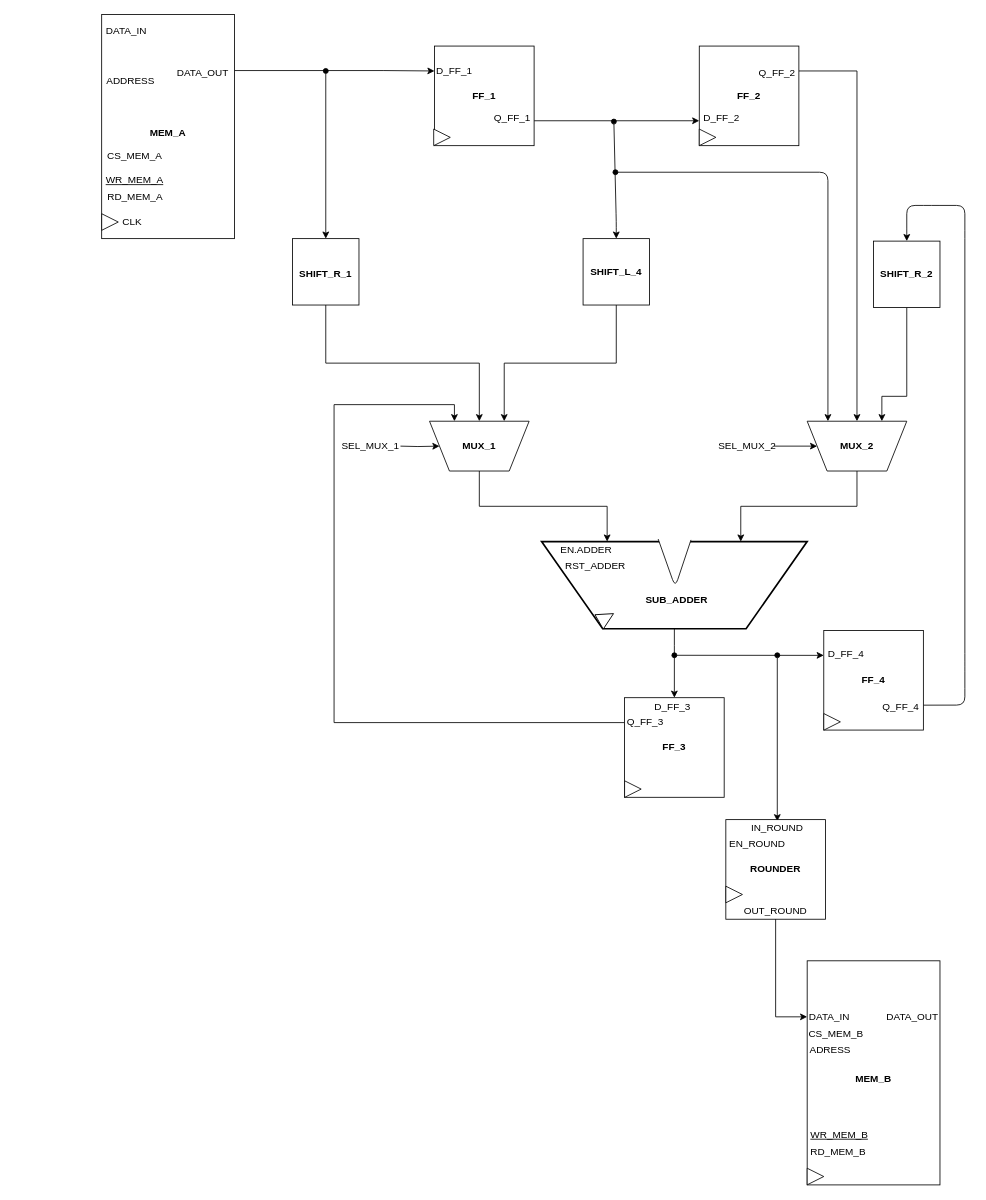
leobel96/Polito-ESD-NeuralNetwork keeps this draw.io diagram as lab6/Datapath.drawio. Above is the earlier version. Source tidied: cells renumbered, new cells numbered last; positions are measured from the earlier drawing's top-left corner, leaving out a move shared by most shapes. Both pictures are drawn from the tidied source at 83%, with x=0, y=0 at pixel (101, 14).
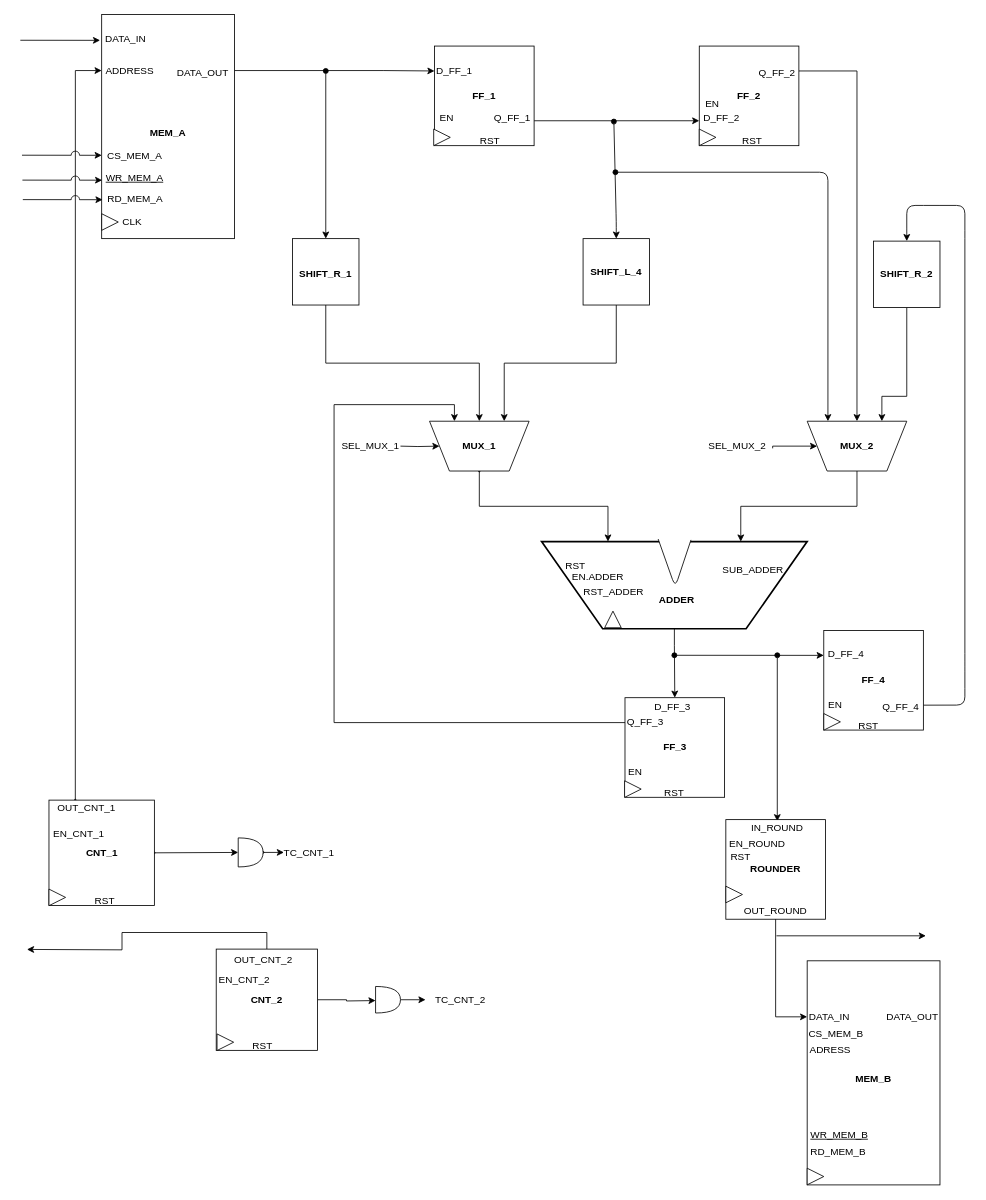
Above is the later version.

The change refers to these unchanged cells:
```xml
<mxCell id="3" style="verticalLabelPosition=bottom;verticalAlign=top;html=1;strokeWidth=2;shape=trapezoid;perimeter=trapezoidPerimeter;whiteSpace=wrap;size=0.23;arcSize=10;flipV=1;" parent="1" vertex="1">
  <mxGeometry x="530" y="635" width="320" height="105" as="geometry" />
</mxCell>
<mxCell id="5" value="&lt;b&gt;&lt;br&gt;MEM_A&lt;/b&gt;" style="rounded=0;whiteSpace=wrap;html=1;" parent="1" vertex="1">
  <mxGeometry width="160" height="270" as="geometry" />
</mxCell>
<mxCell id="33" style="shape=trapezoid;perimeter=trapezoidPerimeter;whiteSpace=wrap;html=1;rotation=180;" parent="1" vertex="1">
  <mxGeometry x="395" y="490" width="120" height="60" as="geometry" />
</mxCell>
<mxCell id="38" style="shape=trapezoid;perimeter=trapezoidPerimeter;whiteSpace=wrap;html=1;rotation=180;" parent="1" vertex="1">
  <mxGeometry x="850" y="490" width="120" height="60" as="geometry" />
</mxCell>
```

What changed in the source:
```diff
@@
     <mxCell id="6" value="DATA_IN" style="text;html=1;strokeColor=none;fillColor=none;align=center;verticalAlign=middle;whiteSpace=wrap;rounded=0;" parent="1" vertex="1">
-      <mxGeometry x="10" y="10" width="40" height="20" as="geometry" />
+      <mxGeometry x="9" y="20" width="40" height="20" as="geometry" />
     </mxCell>
     <mxCell id="7" value="ADDRESS" style="text;html=1;strokeColor=none;fillColor=none;align=center;verticalAlign=middle;whiteSpace=wrap;rounded=0;" parent="1" vertex="1">
-      <mxGeometry x="10" y="70" width="50" height="20" as="geometry" />
+      <mxGeometry x="9" y="58" width="50" height="20" as="geometry" />
     </mxCell>
@@
     <mxCell id="9" value="&lt;u&gt;WR_MEM_A&lt;/u&gt;" style="text;html=1;strokeColor=none;fillColor=none;align=center;verticalAlign=middle;whiteSpace=wrap;rounded=0;" parent="1" vertex="1">
-      <mxGeometry x="10" y="190" width="60" height="20" as="geometry" />
+      <mxGeometry x="10" y="187" width="60" height="20" as="geometry" />
     </mxCell>
     <mxCell id="10" value="RD_MEM_A" style="text;html=1;strokeColor=none;fillColor=none;align=center;verticalAlign=middle;whiteSpace=wrap;rounded=0;" parent="1" vertex="1">
-      <mxGeometry x="2.5" y="210" width="75" height="20" as="geometry" />
+      <mxGeometry x="2.5" y="212" width="75" height="20" as="geometry" />
     </mxCell>
@@
-    <mxCell id="32" style="edgeStyle=orthogonalEdgeStyle;rounded=0;jettySize=auto;html=1;exitX=0.5;exitY=0;exitDx=0;exitDy=0;entryX=0.75;entryY=0;entryDx=0;entryDy=0;" parent="1" edge="1" source="33" target="47">
-      <mxGeometry relative="1" as="geometry" />
-    </mxCell>
+    <mxCell id="77" style="edgeStyle=orthogonalEdgeStyle;rounded=0;jumpStyle=arc;jumpSize=11;jettySize=auto;html=1;exitX=0.5;exitY=0;exitDx=0;exitDy=0;entryX=0.25;entryY=0;entryDx=0;entryDy=0;startArrow=oval;startFill=1;startSize=2;endSize=6;" parent="1" edge="1" source="33" target="3">
+      <mxGeometry relative="1" as="geometry" />
+    </mxCell>
@@
-    <mxCell id="43" style="edgeStyle=orthogonalEdgeStyle;rounded=0;jettySize=auto;html=1;entryX=1;entryY=0.5;entryDx=0;entryDy=0;" parent="1" edge="1" source="44" target="38">
-      <mxGeometry relative="1" as="geometry" />
+    <mxCell id="43" style="edgeStyle=orthogonalEdgeStyle;rounded=0;jettySize=auto;html=1;entryX=1;entryY=0.5;entryDx=0;entryDy=0;exitX=1.163;exitY=0.635;exitDx=0;exitDy=0;exitPerimeter=0;" parent="1" edge="1" source="44" target="38">
+      <mxGeometry relative="1" as="geometry">
+        <Array as="points">
+          <mxPoint x="808" y="520" />
+        </Array>
+      </mxGeometry>
     </mxCell>
     <mxCell id="44" value="SEL_MUX_2" style="text;html=1;strokeColor=none;fillColor=none;align=center;verticalAlign=middle;whiteSpace=wrap;rounded=0;" parent="1" vertex="1">
-      <mxGeometry x="746" y="510" width="64" height="20" as="geometry" />
+      <mxGeometry x="734" y="510" width="64" height="20" as="geometry" />
     </mxCell>
-    <mxCell id="45" value="&lt;b&gt;SUB_ADDER&lt;/b&gt;" style="text;html=1;strokeColor=none;fillColor=none;align=center;verticalAlign=middle;whiteSpace=wrap;rounded=0;" parent="1" vertex="1">
+    <mxCell id="45" value="&lt;b&gt;ADDER&lt;/b&gt;" style="text;html=1;strokeColor=none;fillColor=none;align=center;verticalAlign=middle;whiteSpace=wrap;rounded=0;" parent="1" vertex="1">
       <mxGeometry x="673" y="695" width="40" height="20" as="geometry" />
     </mxCell>
     <mxCell id="46" value="RST_ADDER" style="text;html=1;strokeColor=none;fillColor=none;align=center;verticalAlign=middle;whiteSpace=wrap;rounded=0;" parent="1" vertex="1">
-      <mxGeometry x="575" y="655" width="40" height="20" as="geometry" />
+      <mxGeometry x="597" y="686" width="40" height="20" as="geometry" />
     </mxCell>
     <mxCell id="47" value="EN.ADDER" style="text;html=1;strokeColor=none;fillColor=none;align=center;verticalAlign=middle;whiteSpace=wrap;rounded=0;" parent="1" vertex="1">
-      <mxGeometry x="534" y="635" width="100" height="20" as="geometry" />
+      <mxGeometry x="548" y="668" width="100" height="20" as="geometry" />
     </mxCell>
@@
-    <mxCell id="50" style="triangle;whiteSpace=wrap;html=1;rotation=-30;" parent="1" vertex="1">
-      <mxGeometry x="598" y="716.8" width="20" height="20" as="geometry" />
+    <mxCell id="50" style="triangle;whiteSpace=wrap;html=1;rotation=-90;" parent="1" vertex="1">
+      <mxGeometry x="606" y="718.8" width="20" height="20" as="geometry" />
     </mxCell>
@@
     <mxCell id="52" value="&lt;b&gt;FF_3&lt;/b&gt;" style="whiteSpace=wrap;html=1;" parent="1" vertex="1">
-      <mxGeometry x="630" y="823.1" width="120" height="120" as="geometry" />
+      <mxGeometry x="630.5" y="823.1" width="120" height="120" as="geometry" />
     </mxCell>
@@
+    <mxCell id="78" value="SUB_ADDER" style="text;html=1;strokeColor=none;fillColor=none;align=center;verticalAlign=middle;whiteSpace=wrap;rounded=0;" parent="1" vertex="1">
+      <mxGeometry x="765" y="659.2" width="40" height="20" as="geometry" />
+    </mxCell>
+    <mxCell id="79" value="EN" style="text;html=1;strokeColor=none;fillColor=none;align=center;verticalAlign=middle;whiteSpace=wrap;rounded=0;" parent="1" vertex="1">
+      <mxGeometry x="623" y="903" width="40" height="20" as="geometry" />
+    </mxCell>
+    <mxCell id="80" value="EN" style="text;html=1;strokeColor=none;fillColor=none;align=center;verticalAlign=middle;whiteSpace=wrap;rounded=0;" parent="1" vertex="1">
+      <mxGeometry x="864" y="822" width="40" height="20" as="geometry" />
+    </mxCell>
+    <mxCell id="81" value="EN" style="text;html=1;strokeColor=none;fillColor=none;align=center;verticalAlign=middle;whiteSpace=wrap;rounded=0;" parent="1" vertex="1">
+      <mxGeometry x="716" y="98" width="40" height="20" as="geometry" />
+    </mxCell>
+    <mxCell id="82" value="EN" style="text;html=1;strokeColor=none;fillColor=none;align=center;verticalAlign=middle;whiteSpace=wrap;rounded=0;" parent="1" vertex="1">
+      <mxGeometry x="396" y="114.9" width="40" height="20" as="geometry" />
+    </mxCell>
+    <mxCell id="83" style="endArrow=classic;html=1;" parent="1" edge="1">
+      <mxGeometry relative="1" as="geometry">
+        <mxPoint x="813" y="1110" as="sourcePoint" />
+        <mxPoint x="993" y="1110" as="targetPoint" />
+      </mxGeometry>
+    </mxCell>
+    <mxCell id="84" style="edgeStyle=orthogonalEdgeStyle;rounded=0;jumpStyle=arc;jumpSize=11;jettySize=auto;html=1;exitX=0.25;exitY=0;exitDx=0;exitDy=0;entryX=0;entryY=0.25;entryDx=0;entryDy=0;startArrow=oval;startFill=1;startSize=2;endSize=6;" parent="1" edge="1" source="86" target="5">
+      <mxGeometry relative="1" as="geometry" />
+    </mxCell>
+    <mxCell id="85" style="edgeStyle=orthogonalEdgeStyle;rounded=0;jumpStyle=arc;jumpSize=11;jettySize=auto;html=1;exitX=1;exitY=0.5;exitDx=0;exitDy=0;startArrow=oval;startFill=1;startSize=2;endSize=6;" parent="1" edge="1" source="86" target="92">
+      <mxGeometry relative="1" as="geometry" />
+    </mxCell>
+    <mxCell id="86" value="&lt;b&gt;CNT_1&lt;/b&gt;" style="whiteSpace=wrap;html=1;" parent="1" vertex="1">
+      <mxGeometry x="-63.5" y="946.5" width="127" height="127" as="geometry" />
+    </mxCell>
+    <mxCell id="87" style="edgeStyle=orthogonalEdgeStyle;rounded=0;jumpStyle=arc;jumpSize=11;jettySize=auto;html=1;exitX=1;exitY=0.5;exitDx=0;exitDy=0;startArrow=none;startFill=0;" parent="1" edge="1" source="89">
+      <mxGeometry relative="1" as="geometry">
+        <mxPoint x="330" y="1188" as="targetPoint" />
+      </mxGeometry>
+    </mxCell>
+    <mxCell id="88" style="edgeStyle=orthogonalEdgeStyle;rounded=0;jumpStyle=arc;jumpSize=11;jettySize=auto;html=1;exitX=0.5;exitY=0;exitDx=0;exitDy=0;startArrow=none;startFill=0;" parent="1" edge="1" source="89">
+      <mxGeometry relative="1" as="geometry">
+        <mxPoint x="-90" y="1126.4" as="targetPoint" />
+      </mxGeometry>
+    </mxCell>
+    <mxCell id="89" value="&lt;b&gt;CNT_2&lt;/b&gt;" style="whiteSpace=wrap;html=1;" parent="1" vertex="1">
+      <mxGeometry x="138" y="1126" width="122" height="122" as="geometry" />
+    </mxCell>
+    <mxCell id="90" style="triangle;whiteSpace=wrap;html=1;" parent="1" vertex="1">
+      <mxGeometry x="-63.5" y="1053.7" width="20" height="20" as="geometry" />
+    </mxCell>
+    <mxCell id="91" style="edgeStyle=orthogonalEdgeStyle;rounded=0;jumpStyle=arc;jumpSize=11;jettySize=auto;html=1;exitX=1;exitY=0.5;exitDx=0;exitDy=0;exitPerimeter=0;startArrow=oval;startFill=1;startSize=2;endSize=6;" parent="1" edge="1" source="92">
+      <mxGeometry relative="1" as="geometry">
+        <mxPoint x="219.6" y="1009.9" as="targetPoint" />
+      </mxGeometry>
+    </mxCell>
+    <mxCell id="92" style="shape=or;whiteSpace=wrap;html=1;" parent="1" vertex="1">
+      <mxGeometry x="164.5" y="992" width="30" height="35" as="geometry" />
+    </mxCell>
+    <mxCell id="93" value="TC_CNT_1" style="text;html=1;strokeColor=none;fillColor=none;align=center;verticalAlign=middle;whiteSpace=wrap;rounded=0;" parent="1" vertex="1">
+      <mxGeometry x="230" y="1000" width="40" height="20" as="geometry" />
+    </mxCell>
+    <mxCell id="94" style="edgeStyle=orthogonalEdgeStyle;rounded=0;jumpStyle=arc;jumpSize=11;jettySize=auto;html=1;exitX=1;exitY=0.5;exitDx=0;exitDy=0;exitPerimeter=0;startArrow=none;startFill=0;" parent="1" edge="1" source="95">
+      <mxGeometry relative="1" as="geometry">
+        <mxPoint x="390.2" y="1187.5" as="targetPoint" />
+      </mxGeometry>
+    </mxCell>
+    <mxCell id="95" style="shape=or;whiteSpace=wrap;html=1;" parent="1" vertex="1">
+      <mxGeometry x="330" y="1171" width="30" height="32" as="geometry" />
+    </mxCell>
+    <mxCell id="96" value="TC_CNT_2" style="text;html=1;align=left;verticalAlign=top;spacingTop=-4;" parent="1" vertex="1">
+      <mxGeometry x="400" y="1177" width="80" height="10" as="geometry" />
+    </mxCell>
+    <mxCell id="97" style="triangle;whiteSpace=wrap;html=1;" parent="1" vertex="1">
+      <mxGeometry x="139" y="1228.2" width="20" height="20" as="geometry" />
+    </mxCell>
+    <mxCell id="98" value="EN_CNT_2" style="text;html=1;strokeColor=none;fillColor=none;align=center;verticalAlign=middle;whiteSpace=wrap;rounded=0;" parent="1" vertex="1">
+      <mxGeometry x="152" y="1149" width="40" height="28" as="geometry" />
+    </mxCell>
+    <mxCell id="99" value="EN_CNT_1" style="text;html=1;align=left;verticalAlign=top;spacingTop=-4;" parent="1" vertex="1">
+      <mxGeometry x="-60" y="977" width="80" height="10" as="geometry" />
+    </mxCell>
+    <mxCell id="100" value="OUT_CNT_1" style="text;html=1;strokeColor=none;fillColor=none;align=center;verticalAlign=middle;whiteSpace=wrap;rounded=0;" parent="1" vertex="1">
+      <mxGeometry x="-38.5" y="946" width="40" height="20" as="geometry" />
+    </mxCell>
+    <mxCell id="101" value="OUT_CNT_2" style="text;html=1;strokeColor=none;fillColor=none;align=center;verticalAlign=middle;whiteSpace=wrap;rounded=0;" parent="1" vertex="1">
+      <mxGeometry x="174.5" y="1129" width="40" height="20" as="geometry" />
+    </mxCell>
+    <mxCell id="102" value="RST" style="text;html=1;align=left;verticalAlign=top;spacingTop=-4;" parent="1" vertex="1">
+      <mxGeometry x="454" y="142" width="40" height="10" as="geometry" />
+    </mxCell>
+    <mxCell id="103" value="RST" style="text;html=1;align=left;verticalAlign=top;spacingTop=-4;" parent="1" vertex="1">
+      <mxGeometry x="676" y="928.1" width="40" height="10" as="geometry" />
+    </mxCell>
+    <mxCell id="104" value="RST" style="text;html=1;align=left;verticalAlign=top;spacingTop=-4;" parent="1" vertex="1">
+      <mxGeometry x="910" y="847.1" width="40" height="10" as="geometry" />
+    </mxCell>
+    <mxCell id="105" value="RST" style="text;html=1;align=left;verticalAlign=top;spacingTop=-4;" parent="1" vertex="1">
+      <mxGeometry x="557" y="654" width="40" height="10" as="geometry" />
+    </mxCell>
+    <mxCell id="106" value="RST" style="text;html=1;align=left;verticalAlign=top;spacingTop=-4;" parent="1" vertex="1">
+      <mxGeometry x="770" y="143" width="40" height="10" as="geometry" />
+    </mxCell>
+    <mxCell id="107" value="RST" style="text;html=1;align=left;verticalAlign=top;spacingTop=-4;" parent="1" vertex="1">
+      <mxGeometry x="-10.5" y="1058.1" width="40" height="10" as="geometry" />
+    </mxCell>
+    <mxCell id="108" value="RST" style="text;html=1;align=left;verticalAlign=top;spacingTop=-4;" parent="1" vertex="1">
+      <mxGeometry x="179.5" y="1233.1" width="40" height="10" as="geometry" />
+    </mxCell>
+    <mxCell id="109" value="RST" style="text;html=1;align=left;verticalAlign=top;spacingTop=-4;" parent="1" vertex="1">
+      <mxGeometry x="756" y="1005.1" width="40" height="10" as="geometry" />
+    </mxCell>
+    <mxCell id="110" style="endArrow=classic;html=1;entryX=-0.025;entryY=0.116;entryDx=0;entryDy=0;entryPerimeter=0;" parent="1" edge="1">
+      <mxGeometry relative="1" as="geometry">
+        <mxPoint x="-98" y="31" as="sourcePoint" />
+        <mxPoint x="-1.9" y="31.1" as="targetPoint" />
+      </mxGeometry>
+    </mxCell>
+    <mxCell id="111" style="endArrow=classic;html=1;entryX=-0.025;entryY=0.116;entryDx=0;entryDy=0;entryPerimeter=0;jumpStyle=arc;jumpSize=10;" parent="1" edge="1">
+      <mxGeometry relative="1" as="geometry">
+        <mxPoint x="-96" y="169.5" as="sourcePoint" />
+        <mxPoint x="0.1" y="169.6" as="targetPoint" />
+      </mxGeometry>
+    </mxCell>
+    <mxCell id="112" style="endArrow=classic;html=1;entryX=-0.025;entryY=0.116;entryDx=0;entryDy=0;entryPerimeter=0;jumpStyle=arc;jumpSize=10;" parent="1" edge="1">
+      <mxGeometry relative="1" as="geometry">
+        <mxPoint x="-95.5" y="199.5" as="sourcePoint" />
+        <mxPoint x="0.6" y="199.6" as="targetPoint" />
+      </mxGeometry>
+    </mxCell>
+    <mxCell id="113" style="endArrow=classic;html=1;entryX=-0.025;entryY=0.116;entryDx=0;entryDy=0;entryPerimeter=0;jumpStyle=arc;jumpSize=10;" parent="1" edge="1">
+      <mxGeometry relative="1" as="geometry">
+        <mxPoint x="-95" y="223" as="sourcePoint" />
+        <mxPoint x="1.1" y="223.1" as="targetPoint" />
+      </mxGeometry>
+    </mxCell>
```
